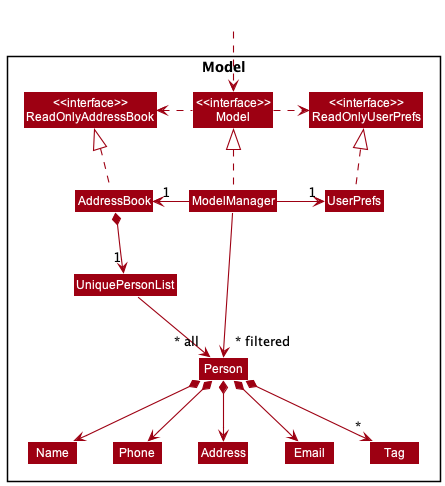
Before: docs/images/ModelClassDiagram.png, a diagram exported from PlantUML (nus-cs2103-AY2223S2/tp).
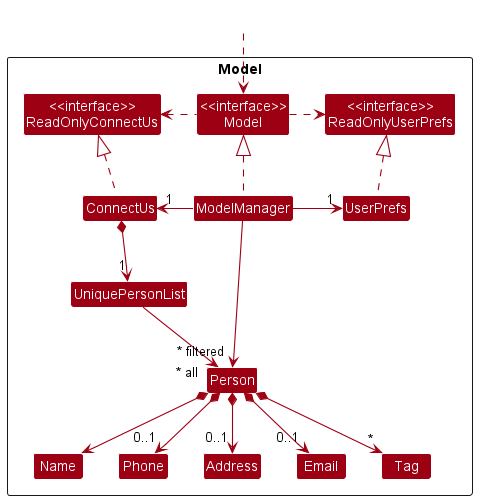
After the change.

The edit, as a diff of the source:
```diff
@@ -5,10 +5,10 @@
 skinparam classBackgroundColor MODEL_COLOR
 
 Package Model <<Rectangle>>{
-Class "<<interface>>\nReadOnlyAddressBook" as ReadOnlyAddressBook
+Class "<<interface>>\nReadOnlyConnectUs" as ReadOnlyConnectUs
 Class "<<interface>>\nReadOnlyUserPrefs" as ReadOnlyUserPrefs
 Class "<<interface>>\nModel" as Model
-Class AddressBook
+Class ConnectUs
 Class ModelManager
 Class UserPrefs
 
@@ -25,26 +25,27 @@
 Class HiddenOutside #FFFFFF
 HiddenOutside ..> Model
 
-AddressBook .up.|> ReadOnlyAddressBook
+ConnectUs .up.|> ReadOnlyConnectUs
 
 ModelManager .up.|> Model
 Model .right.> ReadOnlyUserPrefs
-Model .left.> ReadOnlyAddressBook
-ModelManager -left-> "1" AddressBook
+Model .left.> ReadOnlyConnectUs
+ModelManager -left-> "1" ConnectUs
 ModelManager -right-> "1" UserPrefs
 UserPrefs .up.|> ReadOnlyUserPrefs
 
-AddressBook *--> "1" UniquePersonList
+ConnectUs *--> "1" UniquePersonList
 UniquePersonList --> "~* all" Person
 Person *--> Name
-Person *--> Phone
-Person *--> Email
-Person *--> Address
+Person *--> "0..1" Phone
+Person *--> "0..1" Email
+Person *--> "0..1" Address
 Person *--> "*" Tag
 
 Name -[hidden]right-> Phone
 Phone -[hidden]right-> Address
 Address -[hidden]right-> Email
+Email -[hidden]right-> Tag
 
 ModelManager -->"~* filtered" Person
 @enduml
```
